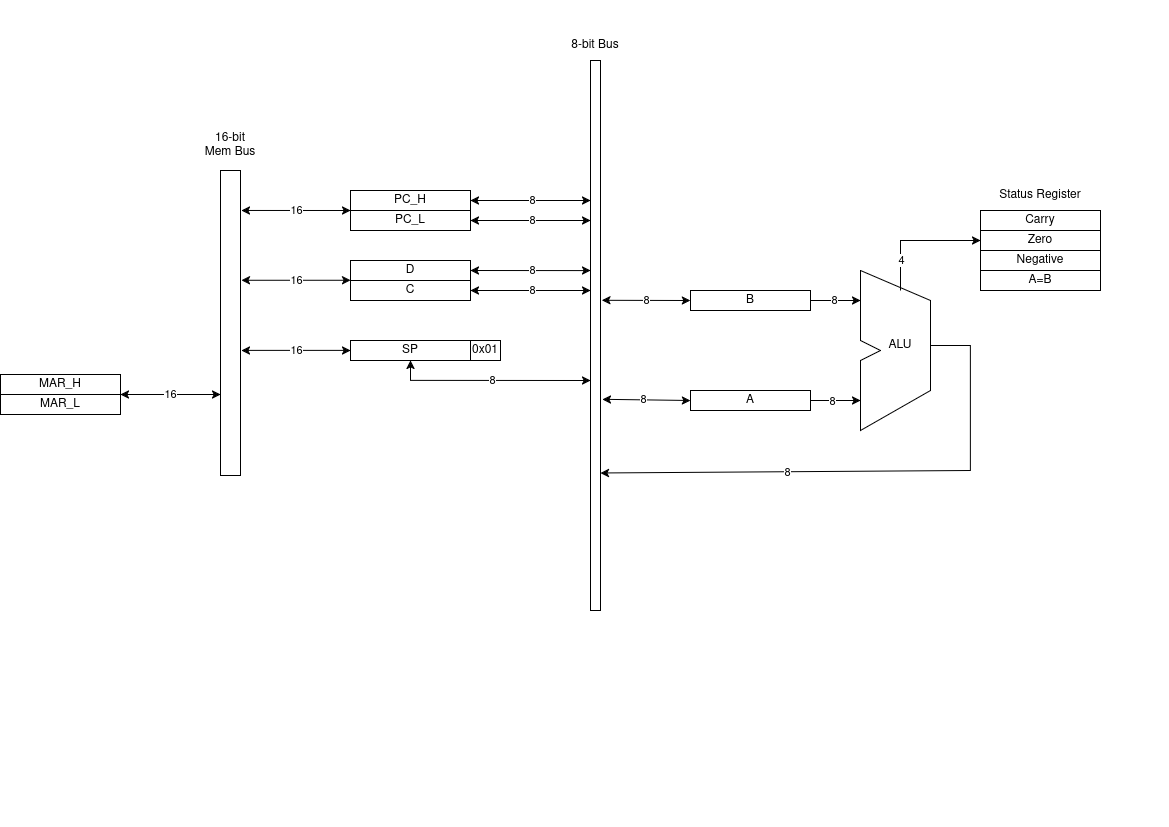
Above: BlockDiagram.drawio.png in Speiburger/CPU (draw.io), before the change. Source tidied: cells renumbered, new cells last; positions are measured from the earlier drawing's top-left corner, leaving out a move shared by most shapes.
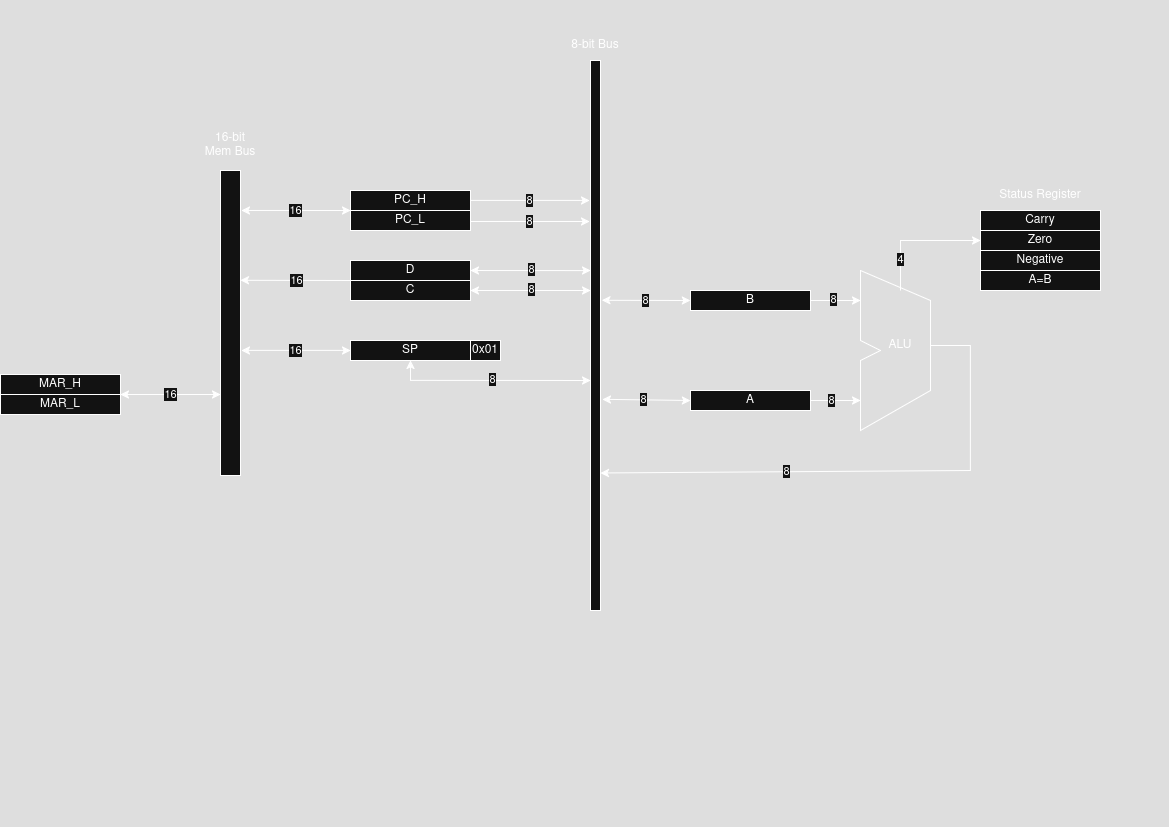
Above is the later version.

Commit message:
Updated the block diagram, started work on a very basic assembler to make developing test programs easier

Change to the diagram source:
```diff
@@ -153,12 +153,6 @@
         <mxPoint x="350" y="180" as="targetPoint" />
       </mxGeometry>
     </mxCell>
-    <mxCell id="41" value="16" style="endArrow=classic;startArrow=classic;html=1;rounded=0;entryX=0;entryY=0.382;entryDx=0;entryDy=0;entryPerimeter=0;exitX=1.05;exitY=0.131;exitDx=0;exitDy=0;exitPerimeter=0;" parent="1" edge="1">
-      <mxGeometry relative="1" as="geometry">
-        <mxPoint x="241" y="249.8" as="sourcePoint" />
-        <mxPoint x="350" y="249.8" as="targetPoint" />
-      </mxGeometry>
-    </mxCell>
     <mxCell id="42" value="16" style="endArrow=classic;startArrow=classic;html=1;rounded=0;entryX=0;entryY=0.382;entryDx=0;entryDy=0;entryPerimeter=0;exitX=1.05;exitY=0.131;exitDx=0;exitDy=0;exitPerimeter=0;" parent="1" edge="1">
       <mxGeometry relative="1" as="geometry">
         <mxPoint x="241" y="319.9" as="sourcePoint" />
@@ -174,23 +168,32 @@
     <mxCell id="44" value="A=B" style="rounded=0;whiteSpace=wrap;html=1;" parent="1" vertex="1">
       <mxGeometry x="980" y="240" width="120" height="20" as="geometry" />
     </mxCell>
-    <mxCell id="45" style="endArrow=classic;startArrow=classic;html=1;rounded=0;exitX=1;exitY=0.5;exitDx=0;exitDy=0;entryX=0;entryY=0.382;entryDx=0;entryDy=0;entryPerimeter=0;" parent="1" edge="1">
-      <mxGeometry relative="1" as="geometry">
-        <mxPoint x="470" y="170" as="sourcePoint" />
-        <mxPoint x="590" y="170" as="targetPoint" />
-      </mxGeometry>
-    </mxCell>
-    <mxCell id="46" value="8" style="edgeLabel;html=1;align=center;verticalAlign=middle;" parent="45" vertex="1">
-      <mxGeometry x="0.01" y="1" relative="1" as="geometry" />
-    </mxCell>
-    <mxCell id="47" style="endArrow=classic;startArrow=classic;html=1;rounded=0;exitX=1;exitY=0.5;exitDx=0;exitDy=0;entryX=0;entryY=0.382;entryDx=0;entryDy=0;entryPerimeter=0;" parent="1" edge="1">
-      <mxGeometry relative="1" as="geometry">
-        <mxPoint x="470" y="190" as="sourcePoint" />
-        <mxPoint x="590" y="190" as="targetPoint" />
-      </mxGeometry>
-    </mxCell>
-    <mxCell id="48" value="8" style="edgeLabel;html=1;align=center;verticalAlign=middle;" parent="47" vertex="1">
-      <mxGeometry x="0.01" y="1" relative="1" as="geometry" />
-    </mxCell>
+    <mxCell id="49" style="endArrow=classic;html=1;rounded=0;exitX=1;exitY=0.5;exitDx=0;exitDy=0;" parent="1" edge="1">
+      <mxGeometry relative="1" as="geometry">
+        <mxPoint x="470" y="191" as="sourcePoint" />
+        <mxPoint x="589" y="191" as="targetPoint" />
+      </mxGeometry>
+    </mxCell>
+    <mxCell id="50" value="8" style="edgeLabel;html=1;align=center;verticalAlign=middle;" parent="49" vertex="1">
+      <mxGeometry x="-0.02" relative="1" as="geometry" />
+    </mxCell>
+    <mxCell id="51" style="endArrow=classic;html=1;rounded=0;exitX=1;exitY=0.5;exitDx=0;exitDy=0;" parent="1" edge="1">
+      <mxGeometry relative="1" as="geometry">
+        <mxPoint x="470" y="169.9" as="sourcePoint" />
+        <mxPoint x="589" y="169.9" as="targetPoint" />
+      </mxGeometry>
+    </mxCell>
+    <mxCell id="52" value="8" style="edgeLabel;html=1;align=center;verticalAlign=middle;" parent="51" vertex="1">
+      <mxGeometry x="-0.02" relative="1" as="geometry" />
+    </mxCell>
+    <mxCell id="53" style="endArrow=classic;html=1;rounded=0;exitX=0;exitY=1;exitDx=0;exitDy=0;entryX=1;entryY=0.36;entryDx=0;entryDy=0;entryPerimeter=0;" parent="1" edge="1" source="18" target="38">
+      <mxGeometry relative="1" as="geometry" />
+    </mxCell>
+    <mxCell id="54" value="8" style="edgeLabel;html=1;align=center;verticalAlign=middle;" parent="53" vertex="1">
+      <mxGeometry x="-0.02" relative="1" as="geometry" />
+    </mxCell>
+    <mxCell id="41" value="16" style="edgeLabel;html=1;align=center;verticalAlign=middle;" parent="53" vertex="1">
+      <mxGeometry x="-0.02" relative="1" as="geometry" />
+    </mxCell>
   </root>
 </mxGraphModel>
```
